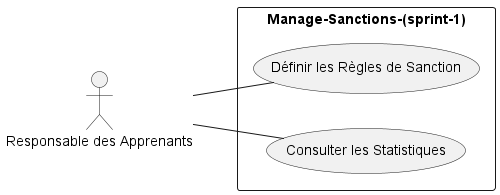
The PlantUML diagram out/Functional Branch/Use Case/Use-Case-Sprint1/Use-Case-Sprint1.png in Tribak-Ayoub/Project-fil-rouge, before a commit.
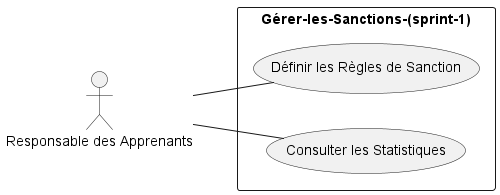
After the commit.

Diff of the diagram source:
```diff
@@ -2,7 +2,7 @@
 left to right direction
 actor "Responsable des Apprenants" as Admin
 
-rectangle Manage-Sanctions-(sprint-1) {
+rectangle Gérer-les-Sanctions-(sprint-1) {
   usecase "Définir les Règles de Sanction" as UC1
  usecase "Consulter les Statistiques" as UC8
 }
```
